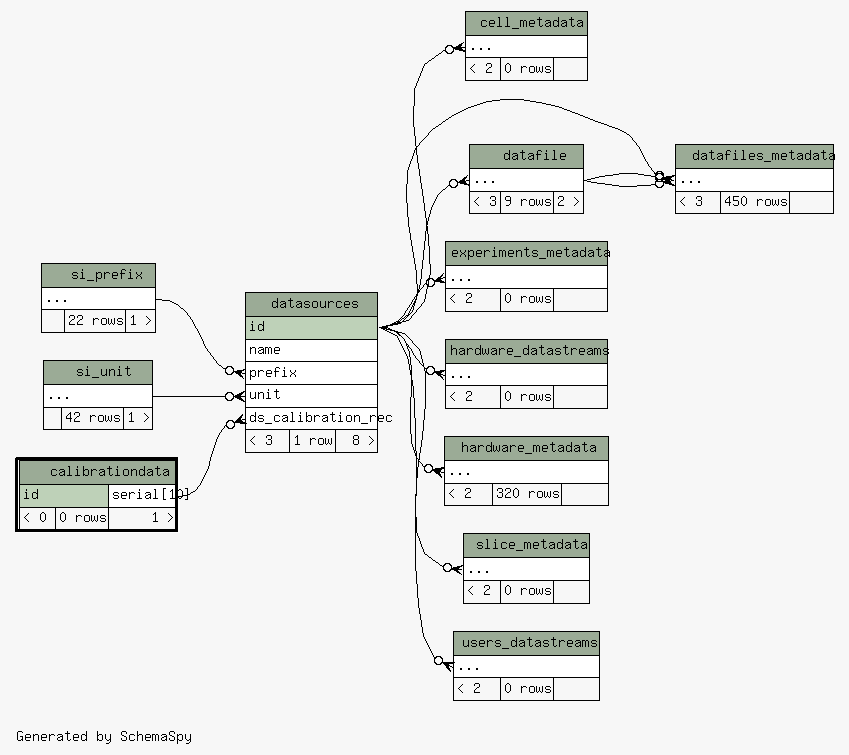
Above: database/ss/diagrams/calibrationdata.2degrees.png in tgbugs/mlab (Graphviz), before the change. Its source is kept beside it as database/ss/diagrams/calibrationdata.2degrees.dot.
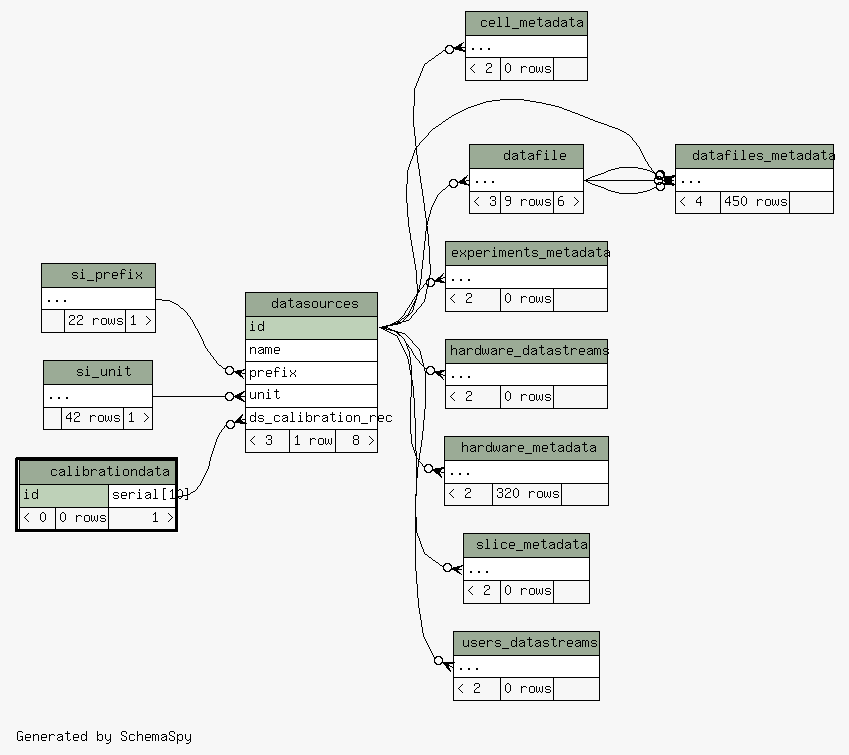
Later version of the same file.

Diff of the diagram source:
```diff
@@ -20,6 +20,7 @@
   "cell_metadata":"elipses":w -> "datasources":"id":e [arrowhead=none dir=back arrowtail=crowodot];
   "datafile":"elipses":w -> "datasources":"id":e [arrowhead=none dir=back arrowtail=crowodot];
   "datafiles_metadata":"elipses":w -> "datasources":"id":e [arrowhead=none dir=back arrowtail=crowodot];
+  "datafiles_metadata":"elipses":w -> "datafile":"elipses":e [arrowhead=none dir=back arrowtail=crowodot];
   "datafiles_metadata":"elipses":w -> "datafile":"elipses":e [arrowhead=none dir=back arrowtail=crowodot];
   "datafiles_metadata":"elipses":w -> "datafile":"elipses":e [arrowhead=none dir=back arrowtail=crowodot];
   "datasources":"ds_calibration_rec":w -> "calibrationdata":"id.type":e [arrowhead=none dir=back arrowtail=crowodot];
@@ -55,7 +56,7 @@
     <TABLE BORDER="0" CELLBORDER="1" CELLSPACING="0" BGCOLOR="#ffffff">
       <TR><TD COLSPAN="3" BGCOLOR="#9bab96" ALIGN="CENTER">datafile</TD></TR>
       <TR><TD PORT="elipses" COLSPAN="3" ALIGN="LEFT">...</TD></TR>
-      <TR><TD ALIGN="LEFT" BGCOLOR="#f7f7f7">&lt; 3</TD><TD ALIGN="RIGHT" BGCOLOR="#f7f7f7">9 rows</TD><TD ALIGN="RIGHT" BGCOLOR="#f7f7f7">2 &gt;</TD></TR>
+      <TR><TD ALIGN="LEFT" BGCOLOR="#f7f7f7">&lt; 3</TD><TD ALIGN="RIGHT" BGCOLOR="#f7f7f7">9 rows</TD><TD ALIGN="RIGHT" BGCOLOR="#f7f7f7">6 &gt;</TD></TR>
     </TABLE>>
     URL="datafile.html"
     tooltip="datafile"
@@ -65,7 +66,7 @@
     <TABLE BORDER="0" CELLBORDER="1" CELLSPACING="0" BGCOLOR="#ffffff">
       <TR><TD COLSPAN="3" BGCOLOR="#9bab96" ALIGN="CENTER">datafiles_metadata</TD></TR>
       <TR><TD PORT="elipses" COLSPAN="3" ALIGN="LEFT">...</TD></TR>
-      <TR><TD ALIGN="LEFT" BGCOLOR="#f7f7f7">&lt; 3</TD><TD ALIGN="RIGHT" BGCOLOR="#f7f7f7">450 rows</TD><TD ALIGN="RIGHT" BGCOLOR="#f7f7f7">  </TD></TR>
+      <TR><TD ALIGN="LEFT" BGCOLOR="#f7f7f7">&lt; 4</TD><TD ALIGN="RIGHT" BGCOLOR="#f7f7f7">450 rows</TD><TD ALIGN="RIGHT" BGCOLOR="#f7f7f7">  </TD></TR>
     </TABLE>>
     URL="datafiles_metadata.html"
     tooltip="datafiles_metadata"
```
